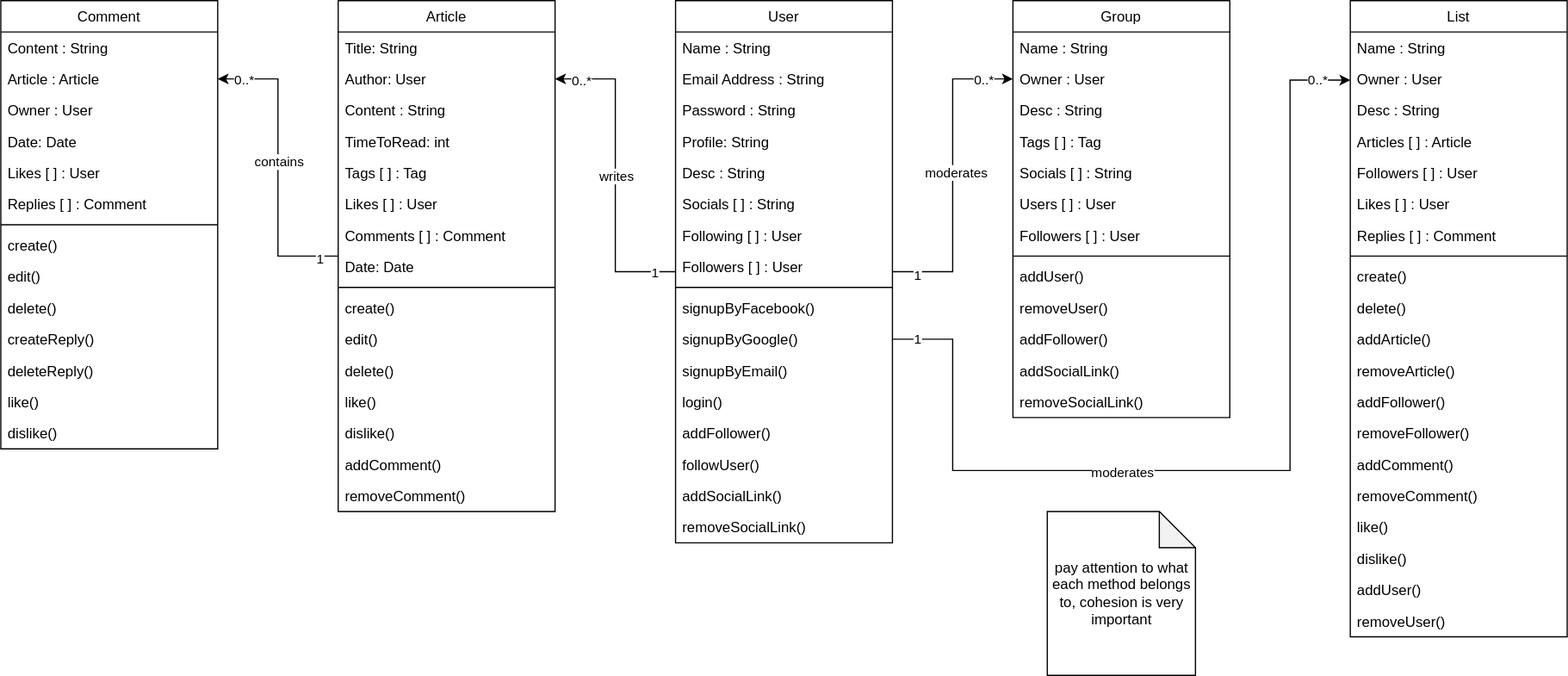
The draw.io diagram Class Diagram.svg in AhmadTripleA/MediumDotCom-Clone, before a commit. Source tidied: cells renumbered, new cells last; positions are measured from the earlier drawing's top-left corner, leaving out a move shared by most shapes.
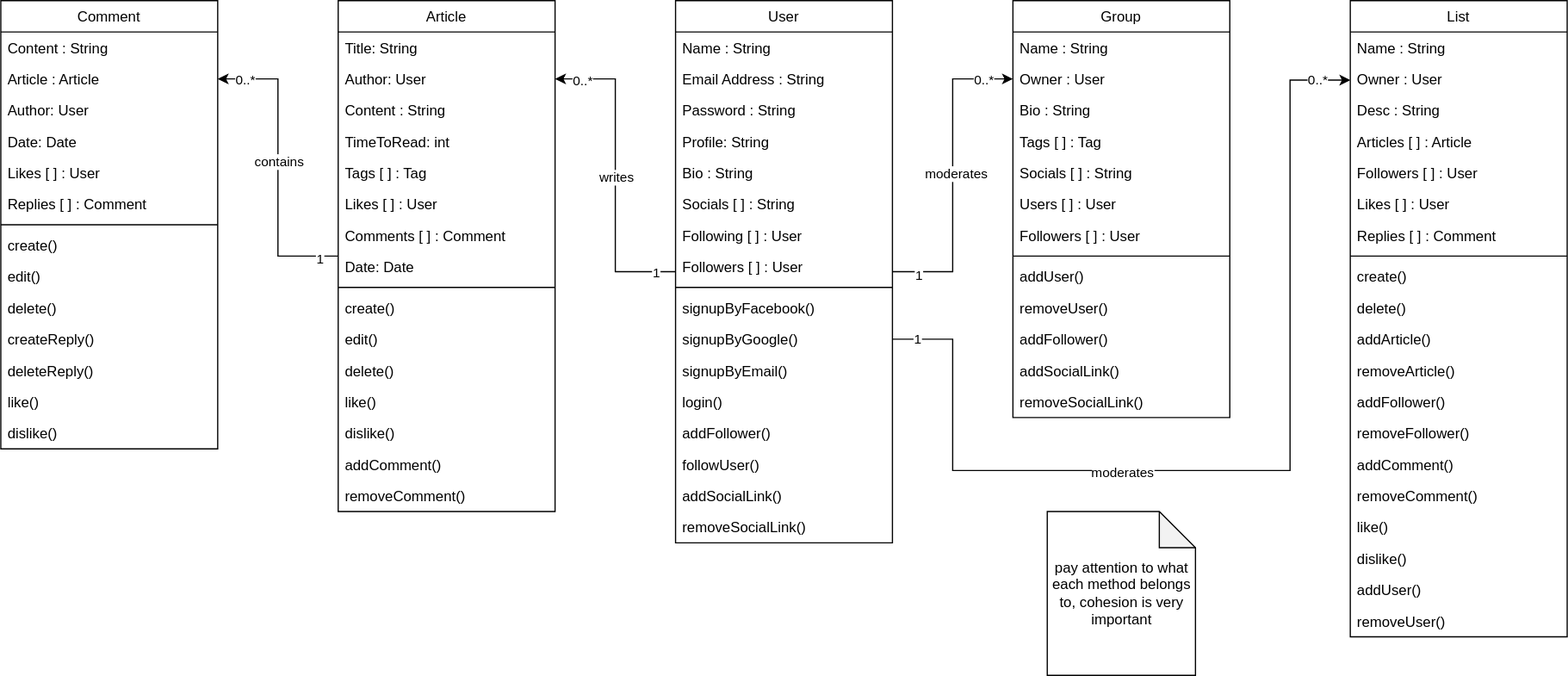
After the commit.

What changed in the source:
```diff
@@ -51,7 +51,7 @@
     <mxCell id="14" value="Profile: String" style="text;align=left;verticalAlign=top;spacingLeft=4;spacingRight=4;overflow=hidden;" parent="10" vertex="1">
       <mxGeometry y="104" width="180" height="26" as="geometry" />
     </mxCell>
-    <mxCell id="15" value="Desc : String" style="text;align=left;verticalAlign=top;spacingLeft=4;spacingRight=4;overflow=hidden;rounded=0;shadow=0;html=0;" parent="10" vertex="1">
+    <mxCell id="15" value="Bio : String" style="text;align=left;verticalAlign=top;spacingLeft=4;spacingRight=4;overflow=hidden;rounded=0;shadow=0;html=0;" parent="10" vertex="1">
       <mxGeometry y="130" width="180" height="26" as="geometry" />
     </mxCell>
     <mxCell id="16" value="Socials [ ] : String" style="text;align=left;verticalAlign=top;spacingLeft=4;spacingRight=4;overflow=hidden;rounded=0;shadow=0;html=0;" parent="10" vertex="1">
@@ -99,7 +99,7 @@
     <mxCell id="30" value="Owner : User" style="text;align=left;verticalAlign=top;spacingLeft=4;spacingRight=4;overflow=hidden;points=[[0,0.5],[1,0.5]];portConstraint=eastwest;rounded=0;shadow=0;html=0;" parent="28" vertex="1">
       <mxGeometry y="52" width="180" height="26" as="geometry" />
     </mxCell>
-    <mxCell id="31" value="Desc : String" style="text;align=left;verticalAlign=top;spacingLeft=4;spacingRight=4;overflow=hidden;rounded=0;shadow=0;html=0;" parent="28" vertex="1">
+    <mxCell id="31" value="Bio : String" style="text;align=left;verticalAlign=top;spacingLeft=4;spacingRight=4;overflow=hidden;rounded=0;shadow=0;html=0;" parent="28" vertex="1">
       <mxGeometry y="78" width="180" height="26" as="geometry" />
     </mxCell>
     <mxCell id="32" value="Tags [ ] : Tag" style="text;align=left;verticalAlign=top;spacingLeft=4;spacingRight=4;overflow=hidden;rounded=0;shadow=0;html=0;" parent="28" vertex="1">
@@ -206,7 +206,7 @@
     <mxCell id="65" value="Article : Article" style="text;align=left;verticalAlign=top;spacingLeft=4;spacingRight=4;overflow=hidden;points=[[0,0.5],[1,0.5]];portConstraint=eastwest;rounded=0;shadow=0;html=0;" parent="63" vertex="1">
       <mxGeometry y="52" width="180" height="26" as="geometry" />
     </mxCell>
-    <mxCell id="66" value="Owner : User" style="text;align=left;verticalAlign=top;spacingLeft=4;spacingRight=4;overflow=hidden;rounded=0;shadow=0;html=0;" parent="63" vertex="1">
+    <mxCell id="66" value="Author: User" style="text;align=left;verticalAlign=top;spacingLeft=4;spacingRight=4;overflow=hidden;rounded=0;shadow=0;html=0;" parent="63" vertex="1">
       <mxGeometry y="78" width="180" height="26" as="geometry" />
     </mxCell>
     <mxCell id="67" value="Date: Date" style="text;align=left;verticalAlign=top;spacingLeft=4;spacingRight=4;overflow=hidden;rounded=0;shadow=0;html=0;" parent="63" vertex="1">
```
